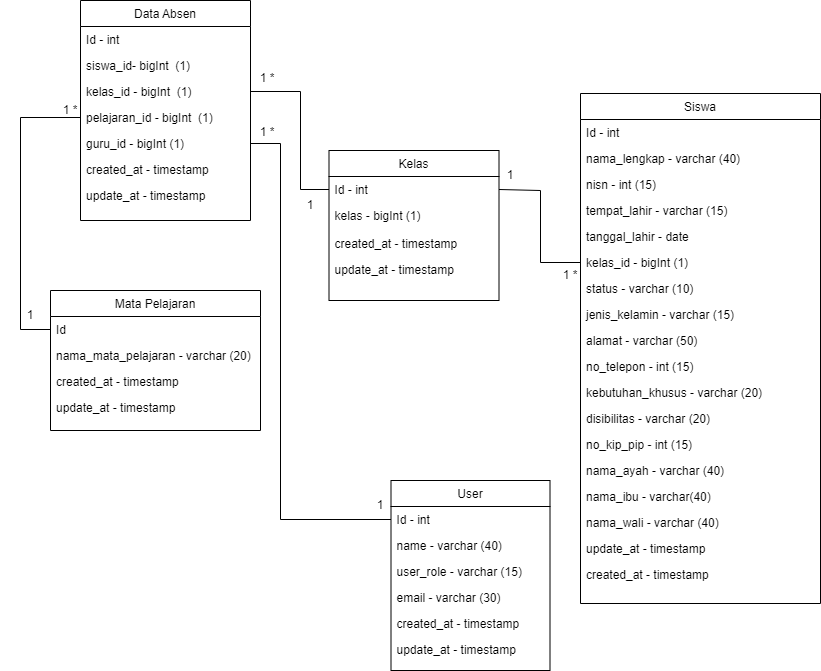
Earlier version of the draw.io export Untitled Diagram.drawio.png (danangsptro/SI_ABSEN). Source tidied: cells renumbered, new cells last; positions are measured from the earlier drawing's top-left corner, leaving out a move shared by most shapes.
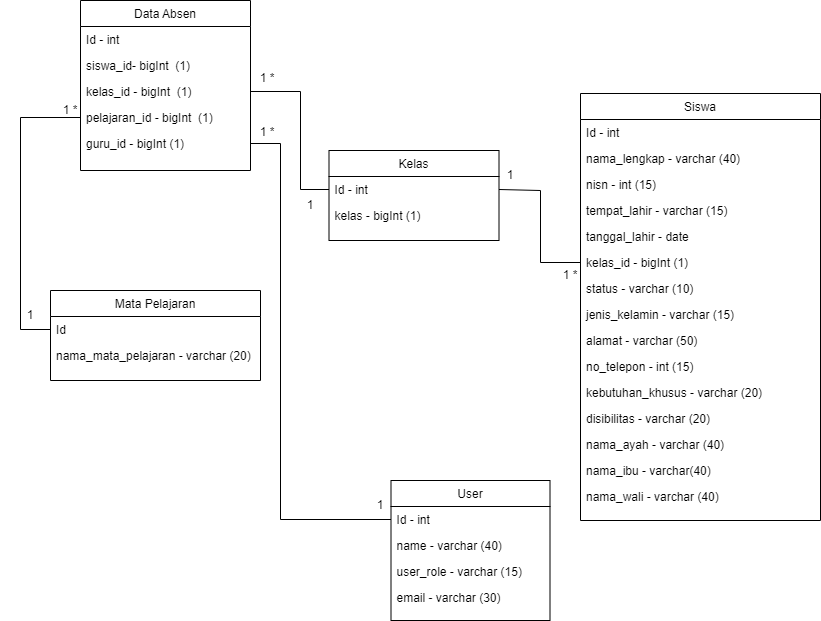
After the commit.

Change to the diagram source:
```diff
@@ -3,7 +3,7 @@
     <mxCell id="0" />
     <mxCell id="1" parent="0" />
     <mxCell id="2" value="User" style="swimlane;fontStyle=0;align=center;verticalAlign=top;horizontal=1;startSize=26;rounded=0;shadow=0;strokeWidth=1;" parent="1" vertex="1">
-      <mxGeometry x="390.5" y="480" width="159" height="190" as="geometry" />
+      <mxGeometry x="390.5" y="480" width="159" height="140" as="geometry" />
     </mxCell>
     <mxCell id="3" value="Id - int" style="text;align=left;verticalAlign=top;spacingLeft=4;spacingRight=4;overflow=hidden;points=[[0,0.5],[1,0.5]];portConstraint=eastwest;" parent="2" vertex="1">
       <mxGeometry y="26" width="159" height="26" as="geometry" />
@@ -17,14 +17,8 @@
     <mxCell id="6" value="email - varchar (30)" style="text;align=left;verticalAlign=top;spacingLeft=4;spacingRight=4;overflow=hidden;" parent="2" vertex="1">
       <mxGeometry y="104" width="159" height="26" as="geometry" />
     </mxCell>
-    <mxCell id="7" value="created_at - timestamp" style="text;align=left;verticalAlign=top;spacingLeft=4;spacingRight=4;overflow=hidden;rounded=0;shadow=0;html=0;" parent="2" vertex="1">
-      <mxGeometry y="130" width="159" height="26" as="geometry" />
-    </mxCell>
-    <mxCell id="8" value="update_at - timestamp" style="text;align=left;verticalAlign=top;spacingLeft=4;spacingRight=4;overflow=hidden;rounded=0;shadow=0;html=0;" parent="2" vertex="1">
-      <mxGeometry y="156" width="159" height="26" as="geometry" />
-    </mxCell>
     <mxCell id="9" value="Kelas" style="swimlane;fontStyle=0;align=center;verticalAlign=top;horizontal=1;startSize=26;rounded=0;shadow=0;strokeWidth=1;" parent="1" vertex="1">
-      <mxGeometry x="328.5" y="150" width="170" height="150" as="geometry" />
+      <mxGeometry x="328.5" y="150" width="170" height="90" as="geometry" />
     </mxCell>
     <mxCell id="10" value="Id - int" style="text;align=left;verticalAlign=top;spacingLeft=4;spacingRight=4;overflow=hidden;points=[[0,0.5],[1,0.5]];portConstraint=eastwest;" parent="9" vertex="1">
       <mxGeometry y="26" width="170" height="26" as="geometry" />
@@ -32,14 +26,8 @@
     <mxCell id="11" value="kelas - bigInt (1)" style="text;align=left;verticalAlign=top;spacingLeft=4;spacingRight=4;overflow=hidden;rounded=0;shadow=0;html=0;" parent="9" vertex="1">
       <mxGeometry y="52" width="170" height="28" as="geometry" />
     </mxCell>
-    <mxCell id="12" value="created_at - timestamp" style="text;align=left;verticalAlign=top;spacingLeft=4;spacingRight=4;overflow=hidden;rounded=0;shadow=0;html=0;" parent="9" vertex="1">
-      <mxGeometry y="80" width="170" height="26" as="geometry" />
-    </mxCell>
-    <mxCell id="13" value="update_at - timestamp" style="text;align=left;verticalAlign=top;spacingLeft=4;spacingRight=4;overflow=hidden;rounded=0;shadow=0;html=0;" parent="9" vertex="1">
-      <mxGeometry y="106" width="170" height="26" as="geometry" />
-    </mxCell>
     <mxCell id="14" value="Siswa" style="swimlane;fontStyle=0;align=center;verticalAlign=top;horizontal=1;startSize=26;rounded=0;shadow=0;strokeWidth=1;" parent="1" vertex="1">
-      <mxGeometry x="580" y="93" width="240" height="510" as="geometry" />
+      <mxGeometry x="580" y="93" width="240" height="427" as="geometry" />
     </mxCell>
     <mxCell id="15" value="Id - int" style="text;align=left;verticalAlign=top;spacingLeft=4;spacingRight=4;overflow=hidden;" parent="14" vertex="1">
       <mxGeometry y="26" width="240" height="26" as="geometry" />
@@ -77,26 +65,17 @@
     <mxCell id="26" value="disibilitas - varchar (20)" style="text;align=left;verticalAlign=top;spacingLeft=4;spacingRight=4;overflow=hidden;rounded=0;shadow=0;html=0;" parent="14" vertex="1">
       <mxGeometry y="312" width="240" height="26" as="geometry" />
     </mxCell>
-    <mxCell id="27" value="no_kip_pip - int (15)" style="text;align=left;verticalAlign=top;spacingLeft=4;spacingRight=4;overflow=hidden;rounded=0;shadow=0;html=0;" parent="14" vertex="1">
-      <mxGeometry y="338" width="240" height="26" as="geometry" />
-    </mxCell>
     <mxCell id="28" value="nama_ayah - varchar (40)" style="text;align=left;verticalAlign=top;spacingLeft=4;spacingRight=4;overflow=hidden;rounded=0;shadow=0;html=0;" parent="14" vertex="1">
-      <mxGeometry y="364" width="240" height="26" as="geometry" />
+      <mxGeometry y="338" width="240" height="26" as="geometry" />
     </mxCell>
     <mxCell id="29" value="nama_ibu - varchar(40)" style="text;align=left;verticalAlign=top;spacingLeft=4;spacingRight=4;overflow=hidden;rounded=0;shadow=0;html=0;" parent="14" vertex="1">
-      <mxGeometry y="390" width="240" height="26" as="geometry" />
+      <mxGeometry y="364" width="240" height="26" as="geometry" />
     </mxCell>
     <mxCell id="30" value="nama_wali - varchar (40)" style="text;align=left;verticalAlign=top;spacingLeft=4;spacingRight=4;overflow=hidden;rounded=0;shadow=0;html=0;" parent="14" vertex="1">
-      <mxGeometry y="416" width="240" height="26" as="geometry" />
+      <mxGeometry y="390" width="240" height="26" as="geometry" />
     </mxCell>
-    <mxCell id="31" value="update_at - timestamp" style="text;align=left;verticalAlign=top;spacingLeft=4;spacingRight=4;overflow=hidden;rounded=0;shadow=0;html=0;" parent="14" vertex="1">
-      <mxGeometry y="442" width="240" height="26" as="geometry" />
-    </mxCell>
-    <mxCell id="32" value="created_at - timestamp" style="text;align=left;verticalAlign=top;spacingLeft=4;spacingRight=4;overflow=hidden;rounded=0;shadow=0;html=0;" parent="14" vertex="1">
-      <mxGeometry y="468" width="240" height="26" as="geometry" />
-    </mxCell>
     <mxCell id="33" value="Mata Pelajaran" style="swimlane;fontStyle=0;align=center;verticalAlign=top;horizontal=1;startSize=26;rounded=0;shadow=0;strokeWidth=1;" parent="1" vertex="1">
-      <mxGeometry x="50" y="290" width="210" height="140" as="geometry" />
+      <mxGeometry x="50" y="290" width="210" height="90" as="geometry" />
     </mxCell>
     <mxCell id="34" value="Id" style="text;align=left;verticalAlign=top;spacingLeft=4;spacingRight=4;overflow=hidden;points=[[0,0.5],[1,0.5]];portConstraint=eastwest;" parent="33" vertex="1">
       <mxGeometry y="26" width="210" height="26" as="geometry" />
@@ -104,14 +83,8 @@
     <mxCell id="35" value="nama_mata_pelajaran - varchar (20)" style="text;align=left;verticalAlign=top;spacingLeft=4;spacingRight=4;overflow=hidden;rounded=0;shadow=0;html=0;" parent="33" vertex="1">
       <mxGeometry y="52" width="210" height="26" as="geometry" />
     </mxCell>
-    <mxCell id="36" value="created_at - timestamp" style="text;align=left;verticalAlign=top;spacingLeft=4;spacingRight=4;overflow=hidden;rounded=0;shadow=0;html=0;" parent="33" vertex="1">
-      <mxGeometry y="78" width="210" height="26" as="geometry" />
-    </mxCell>
-    <mxCell id="37" value="update_at - timestamp" style="text;align=left;verticalAlign=top;spacingLeft=4;spacingRight=4;overflow=hidden;rounded=0;shadow=0;html=0;" parent="33" vertex="1">
-      <mxGeometry y="104" width="210" height="26" as="geometry" />
-    </mxCell>
     <mxCell id="38" value="Data Absen" style="swimlane;fontStyle=0;align=center;verticalAlign=top;horizontal=1;startSize=26;rounded=0;shadow=0;strokeWidth=1;" parent="1" vertex="1">
-      <mxGeometry x="80" width="170" height="220" as="geometry" />
+      <mxGeometry x="80" width="170" height="170" as="geometry" />
     </mxCell>
     <mxCell id="39" value="Id - int" style="text;align=left;verticalAlign=top;spacingLeft=4;spacingRight=4;overflow=hidden;" parent="38" vertex="1">
       <mxGeometry y="26" width="170" height="26" as="geometry" />
@@ -128,12 +101,6 @@
     <mxCell id="43" value="guru_id - bigInt (1)" style="text;align=left;verticalAlign=top;spacingLeft=4;spacingRight=4;overflow=hidden;points=[[0,0.5],[1,0.5]];portConstraint=eastwest;" parent="38" vertex="1">
       <mxGeometry y="130" width="170" height="26" as="geometry" />
     </mxCell>
-    <mxCell id="44" value="created_at - timestamp" style="text;align=left;verticalAlign=top;spacingLeft=4;spacingRight=4;overflow=hidden;rounded=0;shadow=0;html=0;" parent="38" vertex="1">
-      <mxGeometry y="156" width="170" height="26" as="geometry" />
-    </mxCell>
-    <mxCell id="45" value="update_at - timestamp" style="text;align=left;verticalAlign=top;spacingLeft=4;spacingRight=4;overflow=hidden;rounded=0;shadow=0;html=0;" parent="38" vertex="1">
-      <mxGeometry y="182" width="170" height="26" as="geometry" />
-    </mxCell>
     <mxCell id="46" style="endArrow=none;html=1;rounded=0;exitX=0;exitY=0.5;exitDx=0;exitDy=0;entryX=0;entryY=0.5;entryDx=0;entryDy=0;" parent="1" edge="1" source="42" target="34">
       <mxGeometry relative="1" as="geometry">
         <Array as="points">
```
